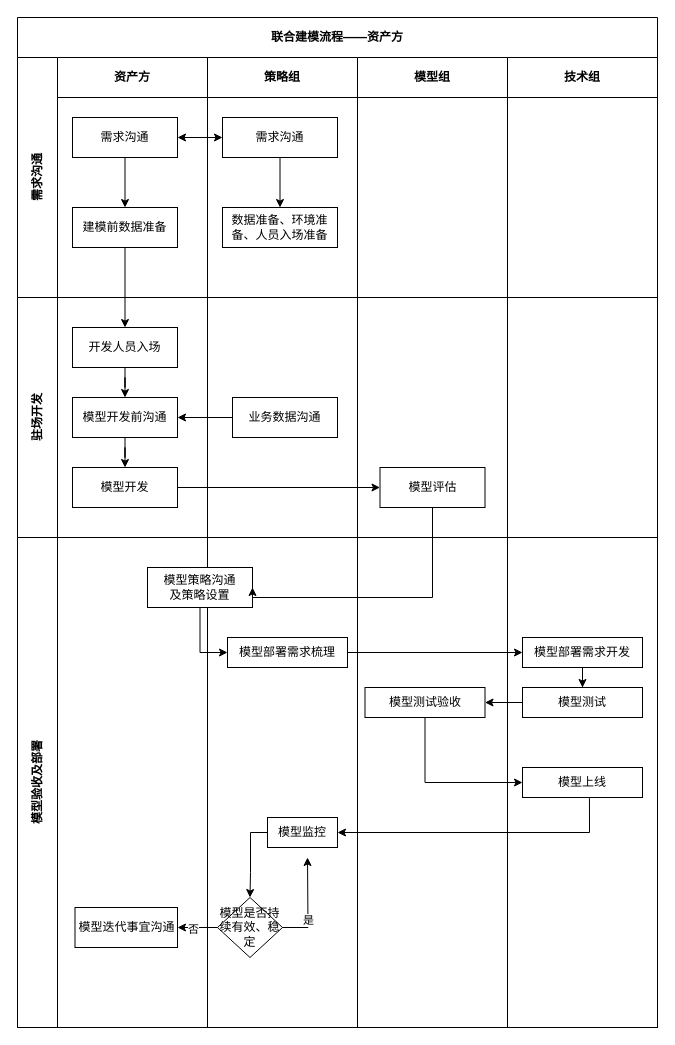
rayboom/books keeps this draw.io diagram as page "资产方" (1 of 3) of 建模流程.drawio. Above is the earlier version. Source tidied: cells renumbered, new cells numbered last; positions are measured from the earlier drawing's top-left corner, leaving out a move shared by most shapes. Both pictures are drawn from the tidied source at 100%, with x=0, y=0 at pixel (17, 17).
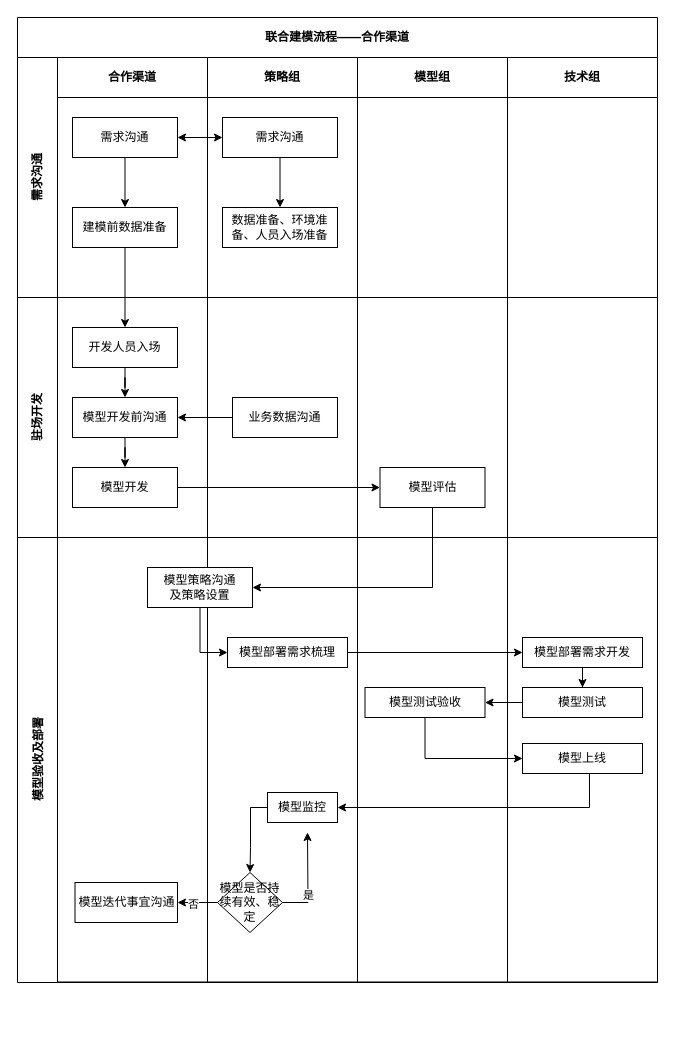
Above is the later version.

The change refers to these unchanged cells:
```xml
<mxCell id="3" value="需求沟通" style="swimlane;horizontal=0;startSize=40;html=1;whiteSpace=wrap;fontStyle=1;" parent="2" vertex="1">
  <mxGeometry y="40" width="640" height="240" as="geometry" />
</mxCell>
<mxCell id="25" value="模型评估" style="rounded=0;whiteSpace=wrap;html=1;" parent="24" vertex="1">
  <mxGeometry x="22.5" y="170" width="105" height="40" as="geometry" />
</mxCell>
<mxCell id="34" value="模型策略沟通&lt;br&gt;及策略设置" style="rounded=0;whiteSpace=wrap;html=1;" parent="32" vertex="1">
  <mxGeometry x="-60" y="30" width="105" height="40" as="geometry" />
</mxCell>
```

Diff of the diagram source:
```diff
@@
-    <mxCell id="2" value="联合建模流程——资产方" style="shape=table;childLayout=tableLayout;rowLines=0;columnLines=0;startSize=40;html=1;whiteSpace=wrap;fontStyle=1;align=center;" parent="1" vertex="1">
-      <mxGeometry width="640" height="1010" as="geometry" />
+    <mxCell id="2" value="联合建模流程——合作渠道" style="shape=table;childLayout=tableLayout;rowLines=0;columnLines=0;startSize=40;html=1;whiteSpace=wrap;fontStyle=1;align=center;" parent="1" vertex="1">
+      <mxGeometry width="640" height="964.5" as="geometry" />
     </mxCell>
@@
-    <mxCell id="4" value="资产方" style="swimlane;startSize=40;html=1;whiteSpace=wrap;" parent="3" vertex="1">
+    <mxCell id="4" value="合作渠道" style="swimlane;startSize=40;html=1;whiteSpace=wrap;" parent="3" vertex="1">
       <mxGeometry x="40" width="150" height="240" as="geometry" />
     </mxCell>
@@
     <mxCell id="29" value="模型验收及部署" style="swimlane;horizontal=0;startSize=40;html=1;whiteSpace=wrap;" parent="2" vertex="1">
-      <mxGeometry y="520" width="640" height="490" as="geometry" />
+      <mxGeometry y="520" width="640" height="445" as="geometry" />
     </mxCell>
     <mxCell id="30" style="swimlane;startSize=0;html=1;whiteSpace=wrap;" parent="29" vertex="1">
-      <mxGeometry x="40" width="150" height="490" as="geometry" />
+      <mxGeometry x="40" width="150" height="445" as="geometry" />
     </mxCell>
     <mxCell id="31" value="模型迭代事宜沟通" style="whiteSpace=wrap;html=1;" parent="30" vertex="1">
-      <mxGeometry x="17.5" y="370" width="102.5" height="40" as="geometry" />
+      <mxGeometry x="17.5" y="345" width="102.5" height="40" as="geometry" />
     </mxCell>
     <mxCell id="32" style="swimlane;startSize=0;html=1;whiteSpace=wrap;" parent="29" vertex="1">
-      <mxGeometry x="190" width="150" height="490" as="geometry" />
+      <mxGeometry x="190" width="150" height="445" as="geometry" />
     </mxCell>
@@
     <mxCell id="36" style="edgeStyle=orthogonalEdgeStyle;rounded=0;jettySize=auto;html=1;entryX=0.5;entryY=0;entryDx=0;entryDy=0;exitX=0;exitY=0.5;exitDx=0;exitDy=0;" parent="32" edge="1" source="37" target="38">
       <mxGeometry relative="1" as="geometry">
         <Array as="points">
-          <mxPoint x="43" y="295" />
-          <mxPoint x="43" y="335" />
+          <mxPoint x="43" y="270" />
+          <mxPoint x="43" y="310" />
         </Array>
       </mxGeometry>
     </mxCell>
     <mxCell id="37" value="模型监控" style="whiteSpace=wrap;html=1;rounded=0;" parent="32" vertex="1">
-      <mxGeometry x="60" y="280" width="70" height="30" as="geometry" />
+      <mxGeometry x="60" y="255" width="70" height="30" as="geometry" />
     </mxCell>
     <mxCell id="38" value="模型是否持续有效、稳定" style="rhombus;whiteSpace=wrap;html=1;" parent="32" vertex="1">
-      <mxGeometry x="10" y="360" width="65" height="60" as="geometry" />
+      <mxGeometry x="10" y="335" width="65" height="60" as="geometry" />
     </mxCell>
     <mxCell id="39" style="swimlane;startSize=0;html=1;whiteSpace=wrap;" parent="29" vertex="1">
-      <mxGeometry x="340" width="150" height="490" as="geometry" />
+      <mxGeometry x="340" width="150" height="445" as="geometry" />
     </mxCell>
@@
     <mxCell id="41" style="swimlane;startSize=0;html=1;whiteSpace=wrap;" parent="29" vertex="1">
-      <mxGeometry x="490" width="150" height="490" as="geometry" />
+      <mxGeometry x="490" width="150" height="445" as="geometry" />
     </mxCell>
@@
     <mxCell id="45" value="模型上线" style="whiteSpace=wrap;html=1;rounded=0;" parent="41" vertex="1">
-      <mxGeometry x="15" y="230" width="120" height="30" as="geometry" />
+      <mxGeometry x="15" y="206" width="120" height="30" as="geometry" />
     </mxCell>
@@
-    <mxCell id="53" style="edgeStyle=orthogonalEdgeStyle;rounded=0;jettySize=auto;html=1;entryX=1;entryY=0.5;entryDx=0;entryDy=0;entryPerimeter=0;" parent="2" edge="1" source="25" target="34">
-      <mxGeometry relative="1" as="geometry">
-        <Array as="points">
-          <mxPoint x="415" y="580" />
-        </Array>
-      </mxGeometry>
+    <mxCell id="53" style="edgeStyle=orthogonalEdgeStyle;rounded=0;jettySize=auto;html=1;exitX=0.5;exitY=1;exitDx=0;exitDy=0;entryX=1;entryY=0.5;entryDx=0;entryDy=0;" parent="2" edge="1" source="25" target="34">
+      <mxGeometry relative="1" as="geometry" />
     </mxCell>
     <mxCell id="54" style="edgeStyle=orthogonalEdgeStyle;rounded=0;jettySize=auto;html=1;" parent="1" edge="1" source="38">
       <mxGeometry relative="1" as="geometry">
-        <mxPoint x="290" y="840" as="targetPoint" />
+        <mxPoint x="290" y="815" as="targetPoint" />
       </mxGeometry>
     </mxCell>
```
